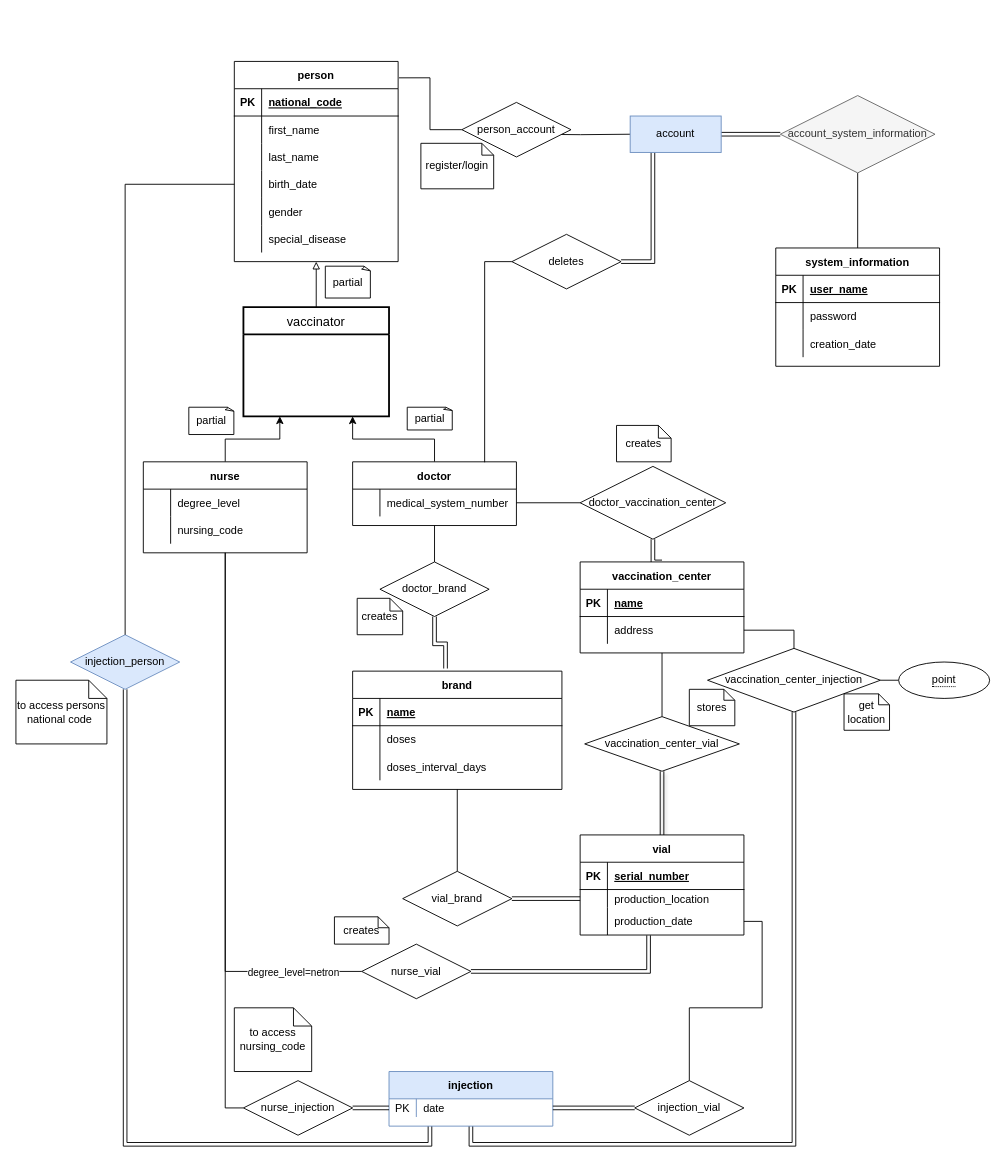
This is project.drawio from ali-moradzade/db-vaccination-center, a draw.io file, before an edit. Source tidied: cells renumbered, new cells numbered last; positions are measured from the earlier drawing's top-left corner, leaving out a move shared by most shapes. Both pictures are drawn from the tidied source at 91%, with x=0, y=0 at pixel (15, 61).
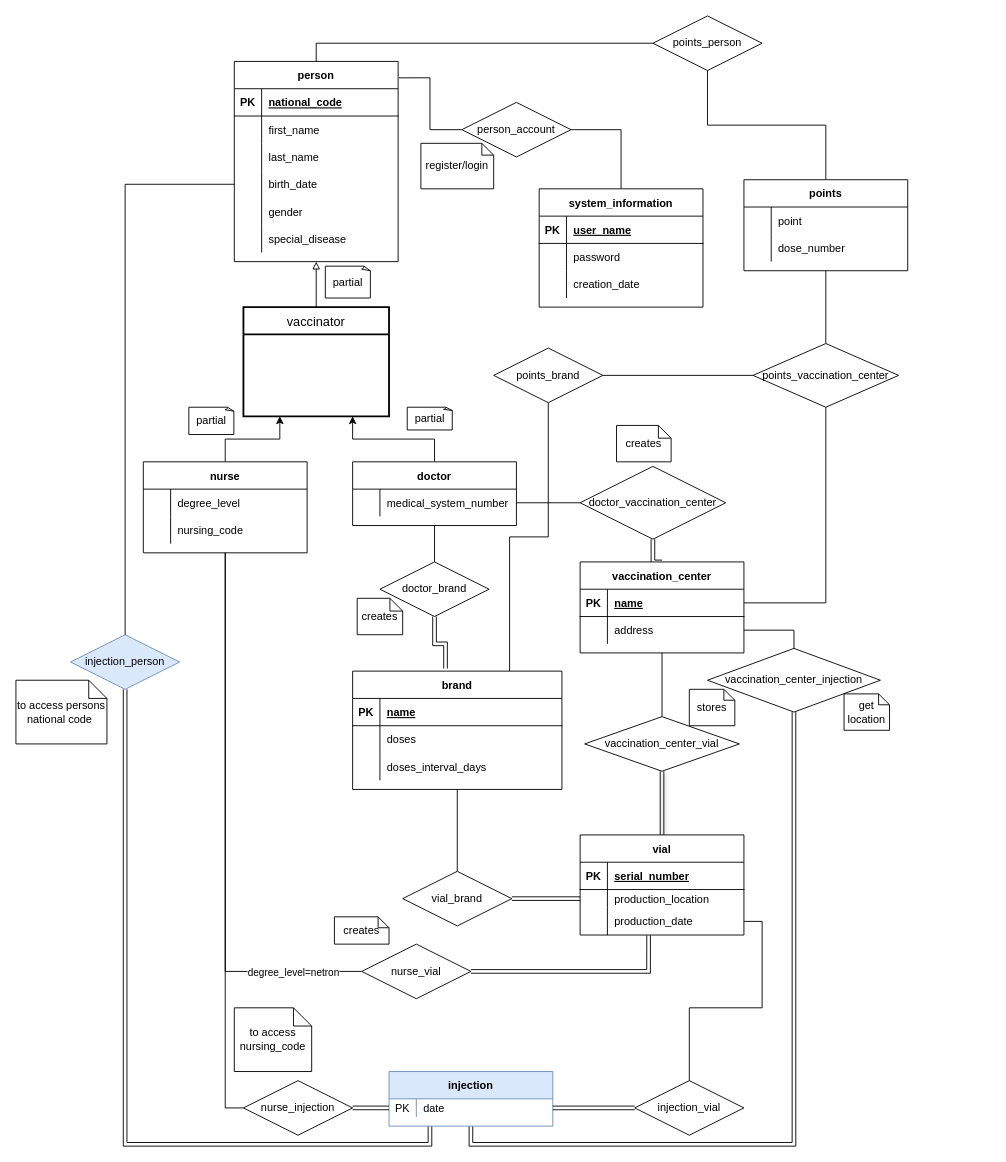
After the change.

Commit message (it also covers changes not shown here):
changing some of our tables, changing our ER diagrams, adding some procedures

Unchanged cells that the change refers to:
```xml
<mxCell id="2" value="person" style="shape=table;startSize=30;childLayout=tableLayout;rowLines=0;fontStyle=1;align=center;" parent="1" vertex="1">
  <mxGeometry x="240" width="180" height="220" as="geometry" />
</mxCell>
<mxCell id="33" value="doctor" style="shape=table;startSize=30;childLayout=tableLayout;rowLines=0;fontStyle=1;align=center;" parent="1" vertex="1">
  <mxGeometry x="370" y="440" width="180" height="70" as="geometry" />
</mxCell>
<mxCell id="42" value="person_account" style="shape=rhombus;perimeter=rhombusPerimeter;whiteSpace=wrap;html=1;align=center;" parent="1" vertex="1">
  <mxGeometry x="490" y="45" width="120" height="60" as="geometry" />
</mxCell>
<mxCell id="43" value="brand" style="shape=table;startSize=30;childLayout=tableLayout;rowLines=0;fontStyle=1;align=center;" parent="1" vertex="1">
  <mxGeometry x="370" y="670" width="230" height="130" as="geometry" />
</mxCell>
<mxCell id="59" style="shape=tableRow;horizontal=0;startSize=0;swimlaneHead=0;swimlaneBody=0;fillColor=none;points=[[0,0.5],[1,0.5]];portConstraint=eastwest;top=0;left=0;right=0;bottom=1;" parent="58" vertex="1">
  <mxGeometry y="30" width="180" height="30" as="geometry" />
</mxCell>
<mxCell id="112" value="vaccination_center_injection" style="shape=rhombus;perimeter=rhombusPerimeter;whiteSpace=wrap;html=1;align=center;" parent="1" vertex="1">
  <mxGeometry x="760" y="645" width="190" height="70" as="geometry" />
</mxCell>
```

The edit, as a diff of the source:
```diff
@@
-    <mxCell id="41" style="edgeStyle=orthogonalEdgeStyle;rounded=0;jettySize=auto;html=1;exitX=1;exitY=0.5;exitDx=0;exitDy=0;entryX=0;entryY=0.5;entryDx=0;entryDy=0;endArrow=none;endFill=0;" parent="1" edge="1" target="117">
-      <mxGeometry relative="1" as="geometry">
-        <mxPoint x="565" y="80" as="sourcePoint" />
-      </mxGeometry>
-    </mxCell>
@@
+    <mxCell id="128" style="edgeStyle=orthogonalEdgeStyle;rounded=0;jettySize=auto;html=1;exitX=0.75;exitY=0;exitDx=0;exitDy=0;entryX=0.5;entryY=1;entryDx=0;entryDy=0;endArrow=none;endFill=0;" parent="1" edge="1" source="43" target="143">
+      <mxGeometry relative="1" as="geometry" />
+    </mxCell>
@@
-    <mxCell id="67" style="edgeStyle=orthogonalEdgeStyle;rounded=0;jettySize=auto;html=1;exitX=0.5;exitY=0;exitDx=0;exitDy=0;entryX=0.5;entryY=1;entryDx=0;entryDy=0;endArrow=none;endFill=0;" parent="1" edge="1" source="68" target="81">
-      <mxGeometry relative="1" as="geometry" />
-    </mxCell>
+    <mxCell id="129" style="edgeStyle=orthogonalEdgeStyle;rounded=0;jettySize=auto;html=1;exitX=0.5;exitY=0;exitDx=0;exitDy=0;entryX=1;entryY=0.5;entryDx=0;entryDy=0;endArrow=none;endFill=0;" parent="1" edge="1" source="68" target="42">
+      <mxGeometry relative="1" as="geometry" />
+    </mxCell>
     <mxCell id="68" value="system_information" style="shape=table;startSize=30;childLayout=tableLayout;rowLines=0;fontStyle=1;align=center;" parent="1" vertex="1">
-      <mxGeometry x="835" y="205" width="180" height="130" as="geometry" />
+      <mxGeometry x="575" y="140" width="180" height="130" as="geometry" />
     </mxCell>
@@
-    <mxCell id="78" style="edgeStyle=orthogonalEdgeStyle;rounded=0;jettySize=auto;html=1;exitX=0;exitY=0.5;exitDx=0;exitDy=0;entryX=0.806;entryY=0.007;entryDx=0;entryDy=0;entryPerimeter=0;endArrow=none;endFill=0;" parent="1" edge="1" source="79" target="33">
-      <mxGeometry relative="1" as="geometry" />
-    </mxCell>
-    <mxCell id="79" value="deletes" style="shape=rhombus;perimeter=rhombusPerimeter;whiteSpace=wrap;html=1;align=center;" parent="1" vertex="1">
-      <mxGeometry x="545" y="190" width="120" height="60" as="geometry" />
-    </mxCell>
@@
-    <mxCell id="81" value="account_system_information" style="shape=rhombus;perimeter=rhombusPerimeter;whiteSpace=wrap;html=1;align=center;fillColor=#f5f5f5;fontColor=#333333;strokeColor=#666666;" parent="1" vertex="1">
-      <mxGeometry x="840" y="37.5" width="170" height="85" as="geometry" />
-    </mxCell>
-    <mxCell id="82" style="edgeStyle=orthogonalEdgeStyle;rounded=0;jettySize=auto;html=1;exitX=1;exitY=0.5;exitDx=0;exitDy=0;entryX=0;entryY=0.5;entryDx=0;entryDy=0;endArrow=none;endFill=0;shape=link;" parent="1" edge="1" source="117" target="81">
-      <mxGeometry relative="1" as="geometry" />
-    </mxCell>
@@
-    <mxCell id="114" style="edgeStyle=orthogonalEdgeStyle;rounded=0;jettySize=auto;html=1;exitX=0;exitY=0.5;exitDx=0;exitDy=0;entryX=1;entryY=0.5;entryDx=0;entryDy=0;endArrow=none;endFill=0;" parent="1" edge="1" source="115" target="112">
-      <mxGeometry relative="1" as="geometry" />
-    </mxCell>
-    <mxCell id="115" value="&lt;span style=&quot;border-bottom: 1px dotted&quot;&gt;point&lt;/span&gt;" style="ellipse;whiteSpace=wrap;html=1;align=center;" parent="1" vertex="1">
-      <mxGeometry x="970" y="660" width="100" height="40" as="geometry" />
-    </mxCell>
-    <mxCell id="116" style="edgeStyle=orthogonalEdgeStyle;rounded=0;jettySize=auto;html=1;exitX=0.25;exitY=1;exitDx=0;exitDy=0;entryX=1;entryY=0.5;entryDx=0;entryDy=0;endArrow=none;endFill=0;shape=link;" parent="1" edge="1" source="117" target="79">
-      <mxGeometry relative="1" as="geometry" />
-    </mxCell>
-    <mxCell id="117" value="account" style="whiteSpace=wrap;html=1;align=center;fillColor=#dae8fc;strokeColor=#6c8ebf;" parent="1" vertex="1">
-      <mxGeometry x="675" y="60" width="100" height="40" as="geometry" />
-    </mxCell>
@@
+    <mxCell id="130" style="edgeStyle=orthogonalEdgeStyle;rounded=0;jettySize=auto;html=1;exitX=0.5;exitY=0;exitDx=0;exitDy=0;endArrow=none;endFill=0;" parent="1" edge="1" source="131" target="142">
+      <mxGeometry relative="1" as="geometry" />
+    </mxCell>
+    <mxCell id="131" value="points" style="shape=table;startSize=30;childLayout=tableLayout;rowLines=0;fontStyle=1;align=center;" parent="1" vertex="1">
+      <mxGeometry x="800" y="130" width="180" height="100" as="geometry" />
+    </mxCell>
+    <mxCell id="132" style="shape=tableRow;horizontal=0;startSize=0;swimlaneHead=0;swimlaneBody=0;fillColor=none;top=0;left=0;right=0;bottom=0;" parent="131" vertex="1">
+      <mxGeometry y="30" width="180" height="30" as="geometry" />
+    </mxCell>
+    <mxCell id="133" style="shape=partialRectangle;fillColor=none;top=0;left=0;bottom=0;right=0;overflow=hidden;" parent="132" vertex="1">
+      <mxGeometry width="30" height="30" as="geometry" />
+    </mxCell>
+    <mxCell id="115" value="point" style="shape=partialRectangle;fillColor=none;top=0;left=0;bottom=0;right=0;align=left;spacingLeft=6;overflow=hidden;" parent="132" vertex="1">
+      <mxGeometry x="30" width="150" height="30" as="geometry" />
+    </mxCell>
+    <mxCell id="134" style="shape=tableRow;horizontal=0;startSize=0;swimlaneHead=0;swimlaneBody=0;fillColor=none;top=0;left=0;right=0;bottom=0;" parent="131" vertex="1">
+      <mxGeometry y="60" width="180" height="30" as="geometry" />
+    </mxCell>
+    <mxCell id="135" style="shape=partialRectangle;fillColor=none;top=0;left=0;bottom=0;right=0;overflow=hidden;" parent="134" vertex="1">
+      <mxGeometry width="30" height="30" as="geometry" />
+    </mxCell>
+    <mxCell id="136" value="dose_number" style="shape=partialRectangle;fillColor=none;top=0;left=0;bottom=0;right=0;align=left;spacingLeft=6;overflow=hidden;" parent="134" vertex="1">
+      <mxGeometry x="30" width="150" height="30" as="geometry" />
+    </mxCell>
+    <mxCell id="137" style="edgeStyle=orthogonalEdgeStyle;rounded=0;jettySize=auto;html=1;exitX=0.5;exitY=0;exitDx=0;exitDy=0;entryX=0.5;entryY=1;entryDx=0;entryDy=0;endArrow=none;endFill=0;" parent="1" edge="1" source="139" target="131">
+      <mxGeometry relative="1" as="geometry" />
+    </mxCell>
+    <mxCell id="138" style="edgeStyle=orthogonalEdgeStyle;rounded=0;jettySize=auto;html=1;exitX=0;exitY=0.5;exitDx=0;exitDy=0;entryX=1;entryY=0.5;entryDx=0;entryDy=0;endArrow=none;endFill=0;" parent="1" edge="1" source="139" target="143">
+      <mxGeometry relative="1" as="geometry" />
+    </mxCell>
+    <mxCell id="139" value="points_vaccination_center" style="shape=rhombus;perimeter=rhombusPerimeter;whiteSpace=wrap;html=1;align=center;" parent="1" vertex="1">
+      <mxGeometry x="810" y="310" width="160" height="70" as="geometry" />
+    </mxCell>
+    <mxCell id="140" style="edgeStyle=orthogonalEdgeStyle;rounded=0;jettySize=auto;html=1;exitX=1;exitY=0.5;exitDx=0;exitDy=0;entryX=0.5;entryY=1;entryDx=0;entryDy=0;endArrow=none;endFill=0;" parent="1" edge="1" source="59" target="139">
+      <mxGeometry relative="1" as="geometry" />
+    </mxCell>
+    <mxCell id="141" style="edgeStyle=orthogonalEdgeStyle;rounded=0;jettySize=auto;html=1;exitX=0;exitY=0.5;exitDx=0;exitDy=0;entryX=0.5;entryY=0;entryDx=0;entryDy=0;endArrow=none;endFill=0;" parent="1" edge="1" source="142" target="2">
+      <mxGeometry relative="1" as="geometry" />
+    </mxCell>
+    <mxCell id="142" value="points_person" style="shape=rhombus;perimeter=rhombusPerimeter;whiteSpace=wrap;html=1;align=center;" parent="1" vertex="1">
+      <mxGeometry x="700" y="-50" width="120" height="60" as="geometry" />
+    </mxCell>
+    <mxCell id="143" value="points_brand" style="shape=rhombus;perimeter=rhombusPerimeter;whiteSpace=wrap;html=1;align=center;" parent="1" vertex="1">
+      <mxGeometry x="525" y="315" width="120" height="60" as="geometry" />
+    </mxCell>
```
